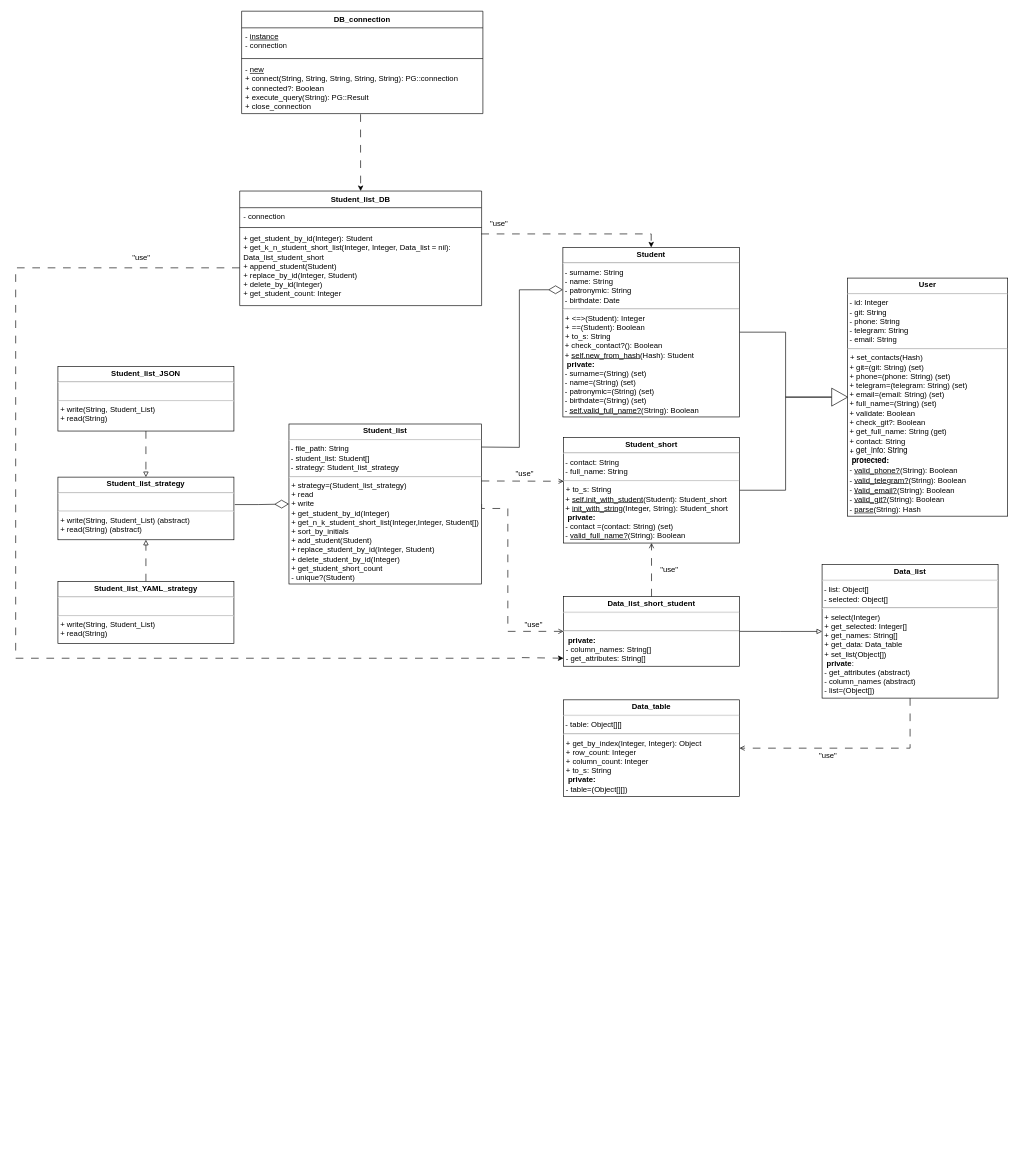
The draw.io diagram Student Authorization System/Student_Diagr.drawio in asyanix/designPatterns, before the edit. Source tidied: cells renumbered, new cells numbered last; positions are measured from the earlier drawing's top-left corner, leaving out a move shared by most shapes. Both pictures are drawn from the tidied source at 64%, with x=0, y=0 at pixel (15, 11).
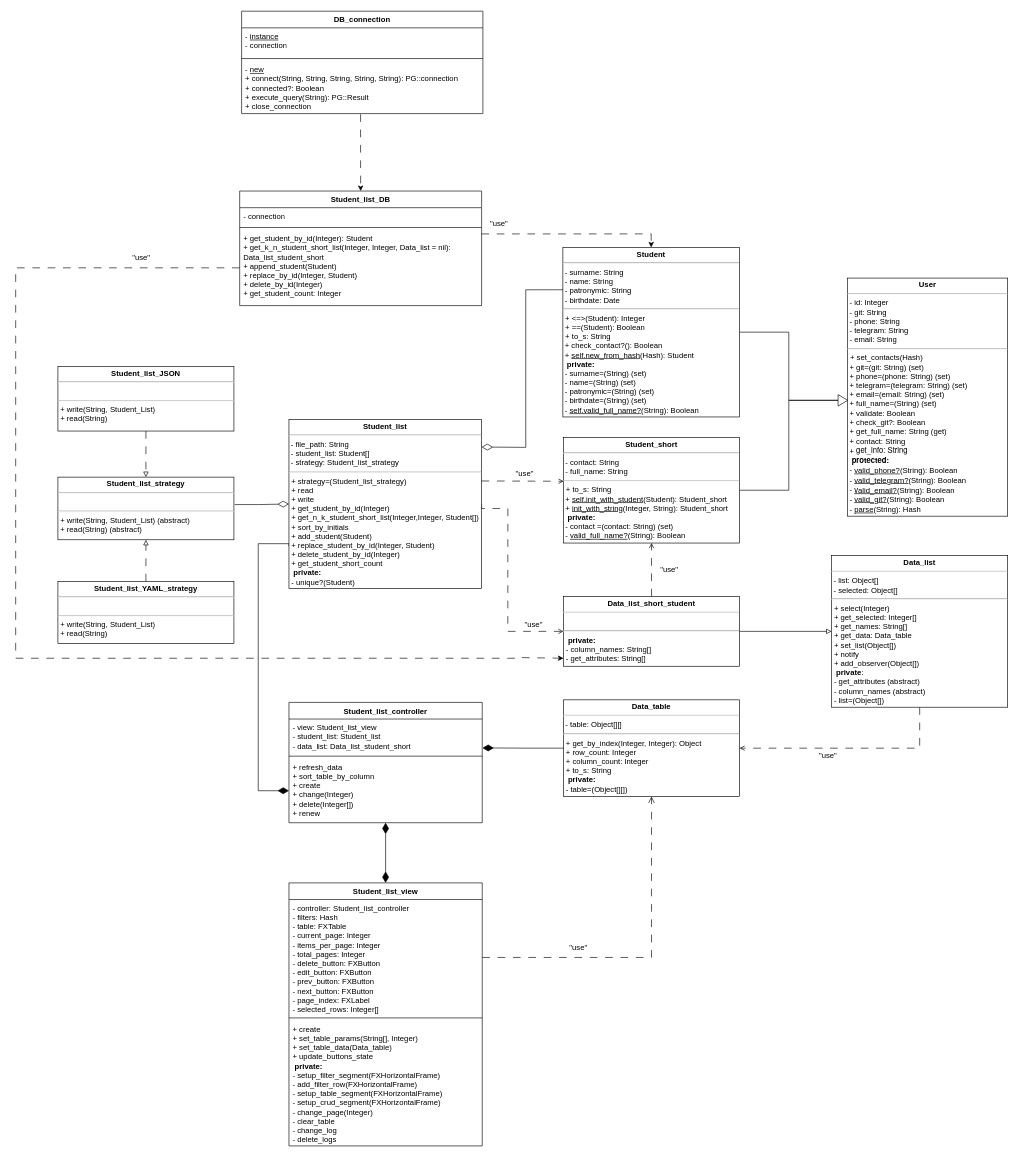
The same diagram, later.

Commit message (it also covers changes not shown here):
LR5.1: Update class diagrams, add sequence diagram and clean code

Unchanged cells that the change refers to:
```xml
<mxCell id="4" value="&lt;p style=&quot;margin: 4px 0px 0px; text-align: center; font-size: 12px;&quot;&gt;&lt;b style=&quot;font-size: 12px;&quot;&gt;&lt;font style=&quot;font-size: 12px;&quot;&gt;Student&lt;/font&gt;&lt;/b&gt;&lt;/p&gt;&lt;hr style=&quot;font-size: 12px;&quot;&gt;&lt;div style=&quot;border-color: var(--border-color); font-size: 12px;&quot;&gt;&lt;font style=&quot;border-color: var(--border-color); font-size: 12px;&quot;&gt;&amp;nbsp;- surname: String&amp;nbsp;&lt;br style=&quot;font-size: 12px;&quot;&gt;&lt;/font&gt;&lt;/div&gt;&lt;div style=&quot;border-color: var(--border-color); font-size: 12px;&quot;&gt;&lt;font style=&quot;border-color: var(--border-color); font-size: 12px;&quot;&gt;&amp;nbsp;- name: String&amp;nbsp;&lt;/font&gt;&lt;/div&gt;&lt;div style=&quot;border-color: var(--border-color); font-size: 12px;&quot;&gt;&lt;font style=&quot;border-color: var(--border-color); font-size: 12px;&quot;&gt;&amp;nbsp;- patronymic: String&lt;/font&gt;&lt;/div&gt;&lt;div style=&quot;border-color: var(--border-color); font-size: 12px;&quot;&gt;&lt;font style=&quot;border-color: var(--border-color); font-size: 12px;&quot;&gt;&amp;nbsp;- birthdate: Date&amp;nbsp;&lt;/font&gt;&lt;/div&gt;&lt;hr style=&quot;font-size: 12px;&quot;&gt;&lt;p style=&quot;margin: 0px 0px 0px 4px; font-size: 12px;&quot;&gt;&lt;font style=&quot;font-size: 12px;&quot;&gt;+&amp;nbsp;&lt;/font&gt;&amp;lt;=&amp;gt;(Student): Integer&lt;/p&gt;&lt;p style=&quot;margin: 0px 0px 0px 4px; font-size: 12px;&quot;&gt;+ ==(Student): Boolean&lt;/p&gt;&lt;p style=&quot;margin: 0px 0px 0px 4px; font-size: 12px;&quot;&gt;&lt;font style=&quot;font-size: 12px;&quot;&gt;+ t&lt;/font&gt;o_s: String&lt;span style=&quot;font-size: 12px; background-color: initial;&quot; class=&quot;Apple-converted-space&quot;&gt;&amp;nbsp;&lt;/span&gt;&lt;/p&gt;&lt;font style=&quot;font-size: 12px;&quot;&gt;&amp;nbsp;+&amp;nbsp;check_contact?(): Boolean&lt;br&gt;&amp;nbsp;+ &lt;u&gt;self.new_from_hash&lt;/u&gt;(Hash): Student&lt;br&gt;&amp;nbsp;&amp;nbsp;&lt;b&gt;private:&lt;/b&gt;&lt;br style=&quot;font-size: 12px;&quot;&gt;&amp;nbsp;- surname=(String) (set)&lt;br style=&quot;font-size: 12px;&quot;&gt;&amp;nbsp;- name=(String) (set)&lt;br style=&quot;font-size: 12px;&quot;&gt;&amp;nbsp;- patronymic=(String)&amp;nbsp;&lt;span style=&quot;background-color: initial; font-size: 12px;&quot; class=&quot;Apple-converted-space&quot;&gt;(set)&lt;br&gt;&amp;nbsp;- birthdate=(String) (set)&lt;span style=&quot;background-color: initial; font-size: 12px;&quot;&gt;&lt;br style=&quot;font-size: 12px;&quot;&gt;&lt;/span&gt;&amp;nbsp;-&amp;nbsp;&lt;u&gt;self.valid_full_name?&lt;/u&gt;(String): Boolean&lt;span style=&quot;font-size: 12px; background-color: initial;&quot; class=&quot;Apple-converted-space&quot;&gt;&amp;nbsp;&lt;/span&gt;&lt;/span&gt;&lt;br style=&quot;font-size: 12px;&quot;&gt;&lt;br style=&quot;font-size: 12px;&quot;&gt;&lt;span style=&quot;background-color: initial; font-size: 12px;&quot; class=&quot;Apple-converted-space&quot;&gt;&amp;nbsp;&lt;/span&gt;&lt;/font&gt;" style="verticalAlign=top;align=left;overflow=fill;fontSize=12;fontFamily=Helvetica;html=1;whiteSpace=wrap;spacingLeft=1;spacing=0;spacingTop=0;" parent="1" vertex="1">
  <mxGeometry x="855" y="369" width="276" height="265" as="geometry" />
</mxCell>
<mxCell id="13" value="&lt;p style=&quot;margin: 4px 0px 0px; text-align: center;&quot;&gt;&lt;b&gt;Data_table&lt;/b&gt;&lt;/p&gt;&lt;hr style=&quot;&quot;&gt;&lt;div style=&quot;border-color: var(--border-color);&quot;&gt;&amp;nbsp;- table: Object[][]&lt;/div&gt;&lt;hr style=&quot;&quot;&gt;&lt;p style=&quot;margin: 0px 0px 0px 4px;&quot;&gt;+&amp;nbsp;get_by_index(Integer, Integer): Object&lt;/p&gt;&lt;p style=&quot;margin: 0px 0px 0px 4px;&quot;&gt;+ row_count: Integer&lt;/p&gt;&lt;p style=&quot;margin: 0px 0px 0px 4px;&quot;&gt;+ column_count: Integer&lt;/p&gt;&lt;p style=&quot;margin: 0px 0px 0px 4px;&quot;&gt;+ to_s: String&lt;/p&gt;&lt;p style=&quot;margin: 0px 0px 0px 4px;&quot;&gt;&amp;nbsp;&lt;b&gt;private:&lt;/b&gt;&lt;/p&gt;&lt;p style=&quot;margin: 0px 0px 0px 4px;&quot;&gt;- table=(Object[][])&lt;/p&gt;" style="verticalAlign=top;align=left;overflow=fill;fontSize=12;fontFamily=Helvetica;html=1;whiteSpace=wrap;spacingLeft=1;spacing=0;spacingTop=0;" parent="1" vertex="1">
  <mxGeometry x="856" y="1076" width="275" height="151" as="geometry" />
</mxCell>
<mxCell id="24" value="&lt;p style=&quot;margin: 4px 0px 0px; text-align: center;&quot;&gt;&lt;b&gt;Student_list_strategy&lt;/b&gt;&lt;/p&gt;&lt;hr style=&quot;&quot;&gt;&lt;div style=&quot;border-color: var(--border-color);&quot;&gt;&lt;br&gt;&lt;/div&gt;&lt;hr style=&quot;&quot;&gt;&lt;p style=&quot;margin: 0px 0px 0px 4px;&quot;&gt;&lt;span style=&quot;background-color: initial;&quot;&gt;+ write(String, Student_List) (abstract)&lt;/span&gt;&lt;br&gt;&lt;/p&gt;&lt;p style=&quot;border-color: var(--border-color); margin: 0px 0px 0px 4px;&quot;&gt;+ read(String) (abstract)&lt;/p&gt;" style="verticalAlign=top;align=left;overflow=fill;fontSize=12;fontFamily=Helvetica;html=1;whiteSpace=wrap;spacingLeft=1;spacing=0;spacingTop=0;" parent="1" vertex="1">
  <mxGeometry x="66" y="728" width="275" height="97.9" as="geometry" />
</mxCell>
```

The edit, as a diff of the source:
```diff
@@
-<mxGraphModel>
+<mxGraphModel background="#ffffff">
@@
-    <mxCell id="12" value="&lt;p style=&quot;margin: 4px 0px 0px; text-align: center;&quot;&gt;&lt;b&gt;Data_list&lt;/b&gt;&lt;/p&gt;&lt;hr style=&quot;&quot;&gt;&lt;div style=&quot;border-color: var(--border-color);&quot;&gt;&amp;nbsp;- list: Object[]&lt;/div&gt;&lt;div style=&quot;border-color: var(--border-color);&quot;&gt;&amp;nbsp;- selected: Object[]&lt;/div&gt;&lt;hr style=&quot;&quot;&gt;&lt;p style=&quot;margin: 0px 0px 0px 4px;&quot;&gt;&lt;span style=&quot;background-color: initial;&quot;&gt;+ select(Integer)&lt;/span&gt;&lt;/p&gt;&lt;p style=&quot;margin: 0px 0px 0px 4px;&quot;&gt;+ get_selected: Integer[]&lt;/p&gt;&lt;p style=&quot;margin: 0px 0px 0px 4px;&quot;&gt;+ get_names: String[]&lt;/p&gt;&lt;p style=&quot;margin: 0px 0px 0px 4px;&quot;&gt;+ get_data: Data_table&lt;/p&gt;&lt;p style=&quot;margin: 0px 0px 0px 4px;&quot;&gt;+ set_list(Object[])&lt;/p&gt;&lt;p style=&quot;margin: 0px 0px 0px 4px;&quot;&gt;&lt;b&gt;&amp;nbsp;private&lt;/b&gt;:&lt;/p&gt;&lt;p style=&quot;margin: 0px 0px 0px 4px;&quot;&gt;-&amp;nbsp;get_attributes (abstract)&lt;/p&gt;&lt;p style=&quot;margin: 0px 0px 0px 4px;&quot;&gt;- column_names (abstract)&lt;/p&gt;&lt;p style=&quot;margin: 0px 0px 0px 4px;&quot;&gt;- list=(Object[])&lt;/p&gt;" style="verticalAlign=top;align=left;overflow=fill;fontSize=12;fontFamily=Helvetica;html=1;whiteSpace=wrap;spacingLeft=1;spacing=0;spacingTop=0;" parent="1" vertex="1">
-      <mxGeometry x="1260" y="864.8" width="275" height="208.5" as="geometry" />
+    <mxCell id="12" value="&lt;p style=&quot;margin: 4px 0px 0px; text-align: center;&quot;&gt;&lt;b&gt;Data_list&lt;/b&gt;&lt;/p&gt;&lt;hr style=&quot;&quot;&gt;&lt;div style=&quot;border-color: var(--border-color);&quot;&gt;&amp;nbsp;- list: Object[]&lt;/div&gt;&lt;div style=&quot;border-color: var(--border-color);&quot;&gt;&amp;nbsp;- selected: Object[]&lt;/div&gt;&lt;hr style=&quot;&quot;&gt;&lt;p style=&quot;margin: 0px 0px 0px 4px;&quot;&gt;&lt;span style=&quot;background-color: initial;&quot;&gt;+ select(Integer)&lt;/span&gt;&lt;/p&gt;&lt;p style=&quot;margin: 0px 0px 0px 4px;&quot;&gt;+ get_selected: Integer[]&lt;/p&gt;&lt;p style=&quot;margin: 0px 0px 0px 4px;&quot;&gt;+ get_names: String[]&lt;/p&gt;&lt;p style=&quot;margin: 0px 0px 0px 4px;&quot;&gt;+ get_data: Data_table&lt;/p&gt;&lt;p style=&quot;margin: 0px 0px 0px 4px;&quot;&gt;+ set_list(Object[])&lt;/p&gt;&lt;p style=&quot;margin: 0px 0px 0px 4px;&quot;&gt;+ notify&lt;/p&gt;&lt;p style=&quot;margin: 0px 0px 0px 4px;&quot;&gt;+ add_observer(Object[])&lt;/p&gt;&lt;p style=&quot;margin: 0px 0px 0px 4px;&quot;&gt;&lt;b&gt;&amp;nbsp;private&lt;/b&gt;:&lt;/p&gt;&lt;p style=&quot;margin: 0px 0px 0px 4px;&quot;&gt;-&amp;nbsp;get_attributes (abstract)&lt;/p&gt;&lt;p style=&quot;margin: 0px 0px 0px 4px;&quot;&gt;- column_names (abstract)&lt;/p&gt;&lt;p style=&quot;margin: 0px 0px 0px 4px;&quot;&gt;- list=(Object[])&lt;/p&gt;" style="verticalAlign=top;align=left;overflow=fill;fontSize=12;fontFamily=Helvetica;html=1;whiteSpace=wrap;spacingLeft=1;spacing=0;spacingTop=0;" parent="1" vertex="1">
+      <mxGeometry x="1275" y="850.5" width="275" height="237" as="geometry" />
     </mxCell>
@@
+    <mxCell id="41" style="edgeStyle=orthogonalEdgeStyle;rounded=0;jettySize=auto;html=1;exitX=0;exitY=0.75;exitDx=0;exitDy=0;entryX=0;entryY=0.5;entryDx=0;entryDy=0;endArrow=diamondThin;endFill=1;endSize=15;startSize=15;" parent="1" edge="1" source="16" target="46">
+      <mxGeometry relative="1" as="geometry">
+        <Array as="points">
+          <mxPoint x="379" y="832" />
+          <mxPoint x="379" y="1218" />
+        </Array>
+      </mxGeometry>
+    </mxCell>
-    <mxCell id="16" value="&lt;p style=&quot;margin: 4px 0px 0px; text-align: center;&quot;&gt;&lt;b&gt;Student_list&lt;/b&gt;&lt;/p&gt;&lt;hr style=&quot;&quot;&gt;&lt;div style=&quot;border-color: var(--border-color);&quot;&gt;&amp;nbsp;- file_path: String&lt;/div&gt;&lt;div style=&quot;border-color: var(--border-color);&quot;&gt;&amp;nbsp;- student_list: Student[]&lt;/div&gt;&lt;div style=&quot;border-color: var(--border-color);&quot;&gt;&amp;nbsp;- strategy: Student_list_strategy&lt;/div&gt;&lt;hr style=&quot;&quot;&gt;&lt;p style=&quot;margin: 0px 0px 0px 4px;&quot;&gt;+ strategy=(Student_list_strategy&lt;span style=&quot;background-color: initial;&quot;&gt;)&lt;/span&gt;&lt;/p&gt;&lt;p style=&quot;margin: 0px 0px 0px 4px;&quot;&gt;&lt;span style=&quot;background-color: initial;&quot;&gt;+ read&lt;/span&gt;&lt;/p&gt;&lt;p style=&quot;margin: 0px 0px 0px 4px;&quot;&gt;+ write&lt;/p&gt;&lt;p style=&quot;margin: 0px 0px 0px 4px;&quot;&gt;+ get_student_by_id(Integer)&lt;/p&gt;&lt;p style=&quot;margin: 0px 0px 0px 4px;&quot;&gt;+ get_n_k_student_short_list(Integer,Integer,&amp;nbsp;Student[])&lt;/p&gt;&lt;p style=&quot;margin: 0px 0px 0px 4px;&quot;&gt;+ sort_by_initials&lt;/p&gt;&lt;p style=&quot;margin: 0px 0px 0px 4px;&quot;&gt;+ add_student(Student)&lt;/p&gt;&lt;p style=&quot;margin: 0px 0px 0px 4px;&quot;&gt;+ replace_student_by_id(Integer, Student)&lt;/p&gt;&lt;p style=&quot;margin: 0px 0px 0px 4px;&quot;&gt;+ delete_student_by_id(Integer)&lt;/p&gt;&lt;p style=&quot;margin: 0px 0px 0px 4px;&quot;&gt;+ get_student_short_count&lt;/p&gt;&lt;p style=&quot;margin: 0px 0px 0px 4px;&quot;&gt;- unique?(Student)&lt;/p&gt;&lt;p style=&quot;margin: 0px 0px 0px 4px;&quot;&gt;&lt;br&gt;&lt;/p&gt;" style="verticalAlign=top;align=left;overflow=fill;fontSize=12;fontFamily=Helvetica;html=1;whiteSpace=wrap;spacingLeft=1;spacing=0;spacingTop=0;" parent="1" vertex="1">
-      <mxGeometry x="427" y="645" width="301" height="250" as="geometry" />
+    <mxCell id="16" value="&lt;p style=&quot;margin: 4px 0px 0px; text-align: center;&quot;&gt;&lt;b&gt;Student_list&lt;/b&gt;&lt;/p&gt;&lt;hr style=&quot;&quot;&gt;&lt;div style=&quot;border-color: var(--border-color);&quot;&gt;&amp;nbsp;- file_path: String&lt;/div&gt;&lt;div style=&quot;border-color: var(--border-color);&quot;&gt;&amp;nbsp;- student_list: Student[]&lt;/div&gt;&lt;div style=&quot;border-color: var(--border-color);&quot;&gt;&amp;nbsp;- strategy: Student_list_strategy&lt;/div&gt;&lt;hr style=&quot;&quot;&gt;&lt;p style=&quot;margin: 0px 0px 0px 4px;&quot;&gt;+ strategy=(Student_list_strategy&lt;span style=&quot;background-color: initial;&quot;&gt;)&lt;/span&gt;&lt;/p&gt;&lt;p style=&quot;margin: 0px 0px 0px 4px;&quot;&gt;&lt;span style=&quot;background-color: initial;&quot;&gt;+ read&lt;/span&gt;&lt;/p&gt;&lt;p style=&quot;margin: 0px 0px 0px 4px;&quot;&gt;+ write&lt;/p&gt;&lt;p style=&quot;margin: 0px 0px 0px 4px;&quot;&gt;+ get_student_by_id(Integer)&lt;/p&gt;&lt;p style=&quot;margin: 0px 0px 0px 4px;&quot;&gt;+ get_n_k_student_short_list(Integer,Integer,&amp;nbsp;Student[])&lt;/p&gt;&lt;p style=&quot;margin: 0px 0px 0px 4px;&quot;&gt;+ sort_by_initials&lt;/p&gt;&lt;p style=&quot;margin: 0px 0px 0px 4px;&quot;&gt;+ add_student(Student)&lt;/p&gt;&lt;p style=&quot;margin: 0px 0px 0px 4px;&quot;&gt;+ replace_student_by_id(Integer, Student)&lt;/p&gt;&lt;p style=&quot;margin: 0px 0px 0px 4px;&quot;&gt;+ delete_student_by_id(Integer)&lt;/p&gt;&lt;p style=&quot;margin: 0px 0px 0px 4px;&quot;&gt;+ get_student_short_count&lt;/p&gt;&lt;p style=&quot;margin: 0px 0px 0px 4px;&quot;&gt;&lt;b style=&quot;border-color: var(--border-color);&quot;&gt;&amp;nbsp;private:&lt;/b&gt;&lt;br&gt;&lt;/p&gt;&lt;p style=&quot;margin: 0px 0px 0px 4px;&quot;&gt;- unique?(Student)&lt;/p&gt;&lt;p style=&quot;margin: 0px 0px 0px 4px;&quot;&gt;&lt;br&gt;&lt;/p&gt;" style="verticalAlign=top;align=left;overflow=fill;fontSize=12;fontFamily=Helvetica;html=1;whiteSpace=wrap;spacingLeft=1;spacing=0;spacingTop=0;" parent="1" vertex="1">
+      <mxGeometry x="427" y="638" width="301" height="264" as="geometry" />
     </mxCell>
@@
-    <mxCell id="25" style="edgeStyle=orthogonalEdgeStyle;rounded=0;jettySize=auto;html=1;entryX=0;entryY=0.5;entryDx=0;entryDy=0;endArrow=diamondThin;endFill=0;startArrow=none;startFill=0;endSize=20;startSize=20;exitX=1.005;exitY=0.438;exitDx=0;exitDy=0;exitPerimeter=0;" parent="1" edge="1" source="24" target="16">
+    <mxCell id="25" style="edgeStyle=orthogonalEdgeStyle;rounded=0;jettySize=auto;html=1;entryX=0;entryY=0.5;entryDx=0;entryDy=0;endArrow=diamondThin;endFill=0;startArrow=none;startFill=0;endSize=15;startSize=15;exitX=1.005;exitY=0.438;exitDx=0;exitDy=0;exitPerimeter=0;" parent="1" edge="1" source="24" target="16">
       <mxGeometry relative="1" as="geometry" />
     </mxCell>
-    <mxCell id="26" style="edgeStyle=orthogonalEdgeStyle;rounded=0;jettySize=auto;html=1;entryX=0;entryY=0.25;entryDx=0;entryDy=0;endArrow=diamondThin;endFill=0;startArrow=none;startFill=0;endSize=20;startSize=20;exitX=1.005;exitY=0.438;exitDx=0;exitDy=0;exitPerimeter=0;" parent="1" edge="1" target="4">
+    <mxCell id="26" style="edgeStyle=orthogonalEdgeStyle;rounded=0;jettySize=auto;html=1;entryX=0;entryY=0.25;entryDx=0;entryDy=0;endArrow=none;endFill=0;startArrow=diamondThin;startFill=0;endSize=19;startSize=15;exitX=1.005;exitY=0.438;exitDx=0;exitDy=0;exitPerimeter=0;" parent="1" edge="1" target="4">
       <mxGeometry relative="1" as="geometry">
         <mxPoint x="728" y="681" as="sourcePoint" />
       </mxGeometry>
     </mxCell>
     <mxCell id="27" style="triangle;whiteSpace=wrap;html=1;" parent="1" vertex="1">
-      <mxGeometry x="1275" y="589" width="25" height="28" as="geometry" />
+      <mxGeometry x="1285" y="599" width="15" height="18" as="geometry" />
     </mxCell>
@@
+    <mxCell id="42" style="edgeStyle=orthogonalEdgeStyle;rounded=0;jettySize=auto;html=1;exitX=0.5;exitY=1;exitDx=0;exitDy=0;entryX=0.5;entryY=0;entryDx=0;entryDy=0;startArrow=diamondThin;startFill=1;endArrow=diamondThin;endFill=1;endSize=15;startSize=15;" parent="1" edge="1" source="43" target="47">
+      <mxGeometry relative="1" as="geometry" />
+    </mxCell>
+    <mxCell id="43" value="Student_list_controller" style="swimlane;fontStyle=1;align=center;verticalAlign=top;horizontal=1;startSize=26;whiteSpace=wrap;html=1;" parent="1" vertex="1">
+      <mxGeometry x="427" y="1080" width="302" height="188" as="geometry" />
+    </mxCell>
+    <mxCell id="44" value="- view: Student_list_view&lt;div&gt;- student_list: Student_list&lt;/div&gt;&lt;div&gt;- data_list: Data_list_student_short&lt;/div&gt;" style="text;strokeColor=none;fillColor=none;align=left;verticalAlign=top;spacingLeft=4;spacingRight=4;overflow=hidden;points=[[0,0.5],[1,0.5]];portConstraint=eastwest;whiteSpace=wrap;html=1;" parent="43" vertex="1">
+      <mxGeometry y="26" width="302" height="54" as="geometry" />
+    </mxCell>
+    <mxCell id="45" style="line;strokeWidth=1;fillColor=none;align=left;verticalAlign=middle;spacingTop=-1;spacingLeft=3;spacingRight=3;labelPosition=right;strokeColor=inherit;" parent="43" vertex="1">
+      <mxGeometry y="80" width="302" height="8" as="geometry" />
+    </mxCell>
+    <mxCell id="46" value="&lt;div&gt;+ refresh_data&lt;/div&gt;&lt;div&gt;+ sort_table_by_column&lt;/div&gt;&lt;div&gt;+ create&lt;/div&gt;&lt;div&gt;+&amp;nbsp;change&lt;span style=&quot;background-color: initial;&quot;&gt;(Integer)&lt;/span&gt;&lt;br&gt;&lt;/div&gt;&lt;div&gt;+ delete(Integer[])&lt;/div&gt;&lt;div&gt;+ renew&lt;/div&gt;" style="text;strokeColor=none;fillColor=none;align=left;verticalAlign=top;spacingLeft=4;spacingRight=4;overflow=hidden;points=[[0,0.5],[1,0.5]];portConstraint=eastwest;whiteSpace=wrap;html=1;" parent="43" vertex="1">
+      <mxGeometry y="88" width="302" height="100" as="geometry" />
+    </mxCell>
+    <mxCell id="47" value="Student_list_view" style="swimlane;fontStyle=1;align=center;verticalAlign=top;horizontal=1;startSize=26;whiteSpace=wrap;html=1;" parent="1" vertex="1">
+      <mxGeometry x="427" y="1362" width="302" height="411" as="geometry" />
+    </mxCell>
+    <mxCell id="48" value="&lt;div&gt;- controller: Student_list_controller&lt;/div&gt;- filters: Hash&lt;div&gt;- table: FXTable&lt;/div&gt;&lt;div&gt;- current_page: Integer&lt;/div&gt;&lt;div&gt;- items_per_page: Integer&lt;/div&gt;&lt;div&gt;- total_pages: Integer&lt;/div&gt;&lt;div&gt;- delete_button: FXButton&lt;/div&gt;&lt;div&gt;- edit_button: FXButton&lt;/div&gt;&lt;div&gt;- prev_button: FXButton&lt;/div&gt;&lt;div&gt;- next_button: FXButton&lt;/div&gt;&lt;div&gt;- page_index: FXLabel&lt;/div&gt;&lt;div&gt;- selected_rows: Integer[]&lt;/div&gt;" style="text;strokeColor=none;fillColor=none;align=left;verticalAlign=top;spacingLeft=4;spacingRight=4;overflow=hidden;points=[[0,0.5],[1,0.5]];portConstraint=eastwest;whiteSpace=wrap;html=1;" parent="47" vertex="1">
+      <mxGeometry y="26" width="302" height="181" as="geometry" />
+    </mxCell>
+    <mxCell id="49" style="line;strokeWidth=1;fillColor=none;align=left;verticalAlign=middle;spacingTop=-1;spacingLeft=3;spacingRight=3;labelPosition=right;strokeColor=inherit;" parent="47" vertex="1">
+      <mxGeometry y="207" width="302" height="8" as="geometry" />
+    </mxCell>
+    <mxCell id="50" value="&lt;div&gt;+ create&lt;/div&gt;&lt;div&gt;+ set_table_params(String[], Integer)&lt;/div&gt;&lt;div&gt;+ set_table_data(Data_table)&lt;/div&gt;&lt;div&gt;+ update_buttons_state&lt;/div&gt;&lt;div&gt;&lt;b style=&quot;border-color: var(--border-color);&quot;&gt;&amp;nbsp;private:&lt;/b&gt;&lt;br&gt;&lt;/div&gt;&lt;div&gt;- setup_filter_segment(FXHorizontalFrame)&lt;/div&gt;&lt;div&gt;- add_filter_row(FXHorizontalFrame)&lt;/div&gt;&lt;div&gt;- setup_table_segment(FXHorizontalFrame)&lt;/div&gt;&lt;div&gt;- setup_crud_segment(FXHorizontalFrame)&lt;/div&gt;&lt;div&gt;- change_page(Integer)&lt;/div&gt;&lt;div&gt;- clear_table&lt;/div&gt;&lt;div&gt;-&amp;nbsp;change&lt;span style=&quot;background-color: initial;&quot;&gt;_log&lt;/span&gt;&lt;br&gt;&lt;/div&gt;&lt;div&gt;- delete_logs&lt;/div&gt;&lt;div&gt;&lt;br&gt;&lt;/div&gt;" style="text;strokeColor=none;fillColor=none;align=left;verticalAlign=top;spacingLeft=4;spacingRight=4;overflow=hidden;whiteSpace=wrap;html=1;" parent="47" vertex="1">
+      <mxGeometry y="215" width="302" height="196" as="geometry" />
+    </mxCell>
+    <mxCell id="51" style="edgeStyle=orthogonalEdgeStyle;rounded=0;jettySize=auto;html=1;exitX=0;exitY=0.5;exitDx=0;exitDy=0;entryX=1.001;entryY=0.835;entryDx=0;entryDy=0;entryPerimeter=0;endArrow=diamondThin;endFill=1;endSize=15;startSize=15;" parent="1" edge="1" source="13" target="44">
+      <mxGeometry relative="1" as="geometry" />
+    </mxCell>
+    <mxCell id="52" style="edgeStyle=orthogonalEdgeStyle;rounded=0;jettySize=auto;html=1;exitX=1;exitY=0.5;exitDx=0;exitDy=0;entryX=0.5;entryY=1;entryDx=0;entryDy=0;dashed=1;dashPattern=12 12;endArrow=open;endFill=0;endSize=8;" parent="1" edge="1" source="48" target="13">
+      <mxGeometry relative="1" as="geometry" />
+    </mxCell>
+    <mxCell id="53" value="&quot;use&quot;" style="text;html=1;align=center;verticalAlign=middle;strokeColor=none;fillColor=none;" parent="1" vertex="1">
+      <mxGeometry x="856" y="1451" width="46" height="26" as="geometry" />
+    </mxCell>
```
